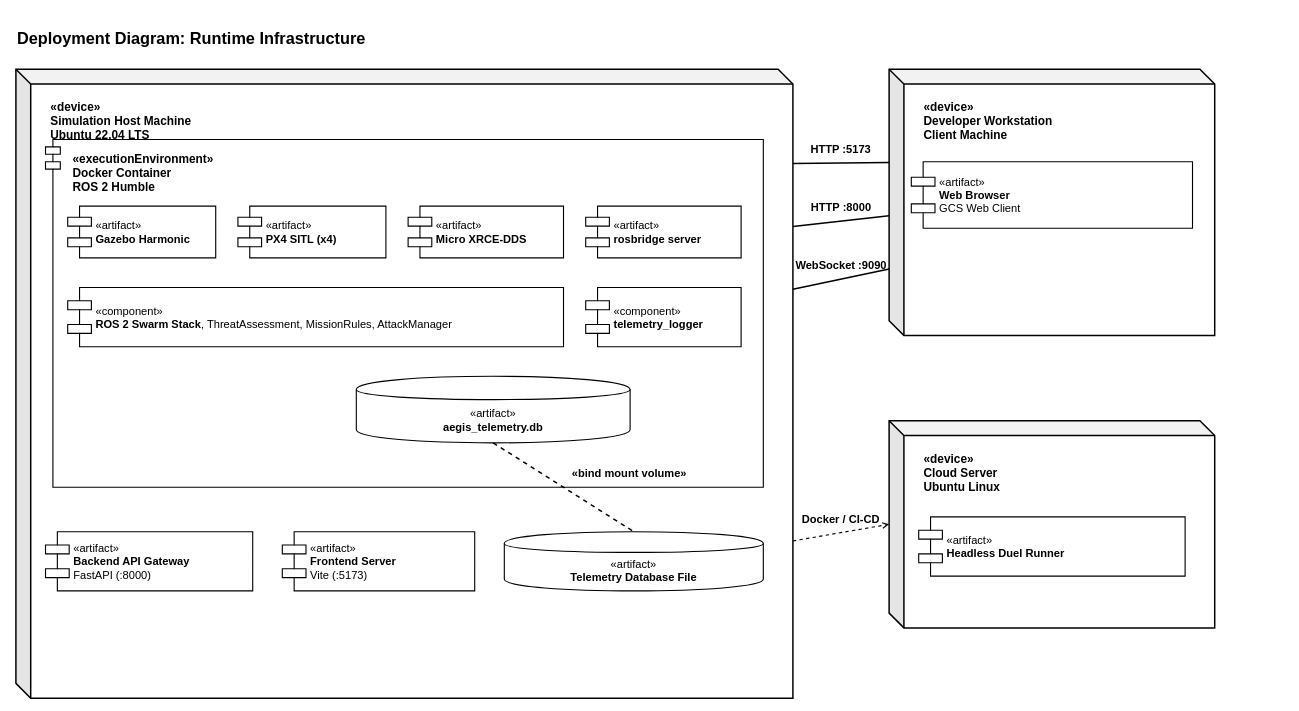
Above: 08_deployment_diagram.drawio in sjd-1214/diagrams (draw.io), before the change. Source tidied: cells renumbered, new cells numbered last; positions are measured from the earlier drawing's top-left corner, leaving out a move shared by most shapes. Both pictures are drawn from the tidied source at 74%, with x=0, y=0 at pixel (16, 24).
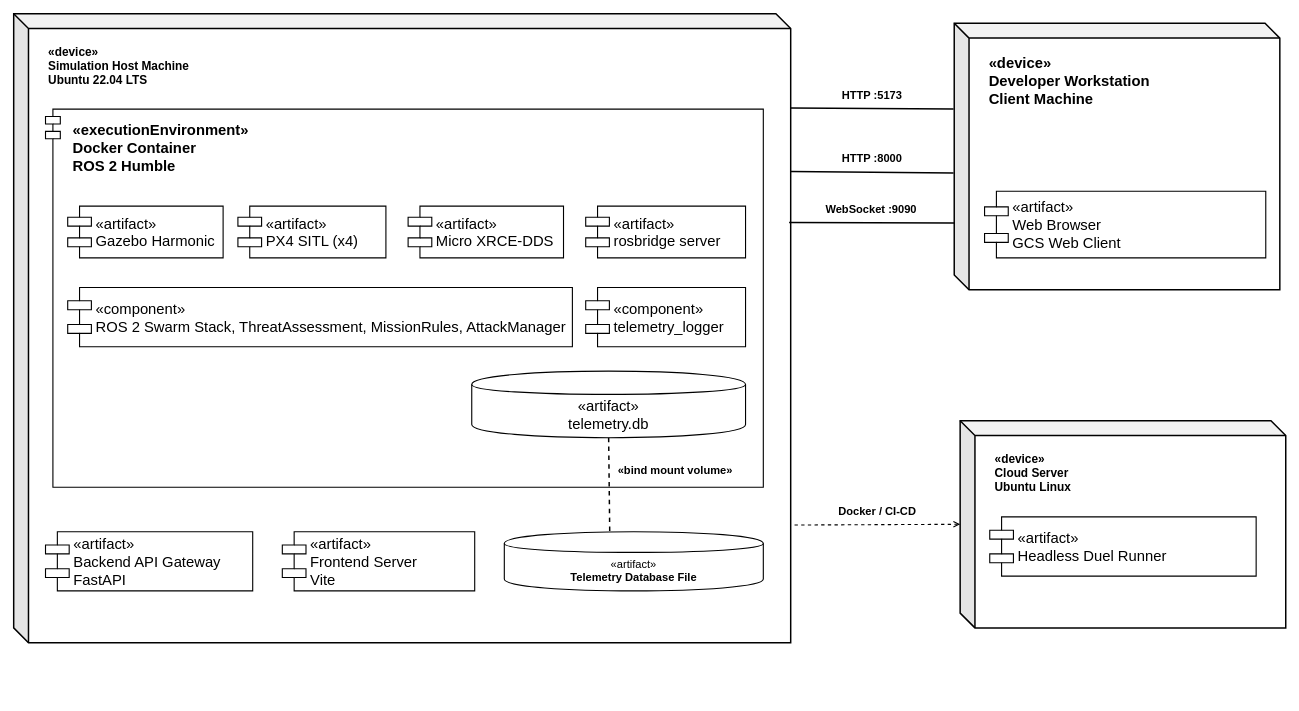
The same page after the edit.

Commit message:
refactor: update layout, dimensions, and styling of deployment diagram components

Unchanged cells that the change refers to:
```xml
<mxCell id="14" value="«artifact»&lt;br&gt;&lt;b&gt;Telemetry Database File&lt;/b&gt;" style="shape=cylinder;whiteSpace=wrap;html=1;boundedLbl=1;backgroundOutline=1;fillColor=none;strokeColor=#000000;strokeWidth=1.5;fontSize=15;fontFamily=Helvetica;fontColor=#000000;" parent="1" vertex="1">
  <mxGeometry x="660" y="685" width="350" height="80" as="geometry" />
</mxCell>
```

Change to the diagram source:
```diff
@@
-<mxGraphModel>
+<mxGraphModel background="#ffffff">
@@
-    <mxCell id="2" value="&lt;b&gt;Deployment Diagram: Runtime Infrastructure&lt;/b&gt;" style="text;html=1;fontFamily=Helvetica;fontColor=#000000;fontSize=22;fontStyle=1;fillColor=none;" parent="1" vertex="1">
-      <mxGeometry width="1400" height="35" as="geometry" />
-    </mxCell>
     <mxCell id="3" value="«device»&lt;br&gt;&lt;b&gt;Simulation Host Machine&lt;/b&gt;&lt;br&gt;Ubuntu 22.04 LTS" style="shape=cube;whiteSpace=wrap;html=1;boundedLbl=1;backgroundOutline=1;darkOpacity=0.05;darkOpacity2=0.1;size=20;fillColor=none;strokeColor=#000000;strokeWidth=2;align=left;spacingLeft=25;verticalAlign=top;spacingTop=15;fontSize=16;fontFamily=Helvetica;fontColor=#000000;fontStyle=1;" parent="1" vertex="1">
-      <mxGeometry y="60" width="1050" height="850" as="geometry" />
+      <mxGeometry x="-3" y="-15" width="1050" height="850" as="geometry" />
     </mxCell>
-    <mxCell id="4" value="«executionEnvironment»&lt;br&gt;&lt;b&gt;Docker Container&lt;/b&gt;&lt;br&gt;ROS 2 Humble" style="shape=module;align=left;spacingLeft=35;html=1;whiteSpace=wrap;fillColor=none;strokeColor=#000000;strokeWidth=1.5;verticalAlign=top;spacingTop=10;fontSize=16;fontFamily=Helvetica;fontColor=#000000;fontStyle=1;" parent="1" vertex="1">
-      <mxGeometry x="40" y="155" width="970" height="470" as="geometry" />
+    <mxCell id="4" value="&lt;font style=&quot;font-size: 20px;&quot;&gt;«executionEnvironment»&lt;br&gt;&lt;b&gt;Docker Container&lt;/b&gt;&lt;br&gt;ROS 2 Humble&lt;/font&gt;" style="shape=module;align=left;spacingLeft=35;html=1;whiteSpace=wrap;fillColor=none;strokeColor=#000000;strokeWidth=1.5;verticalAlign=top;spacingTop=10;fontSize=16;fontFamily=Helvetica;fontColor=#000000;fontStyle=1;" parent="1" vertex="1">
+      <mxGeometry x="40" y="114" width="970" height="511" as="geometry" />
     </mxCell>
-    <mxCell id="5" value="«artifact»&lt;br&gt;&lt;b&gt;Gazebo Harmonic&lt;/b&gt;" style="shape=component;align=left;spacingLeft=36;html=1;fillColor=none;strokeColor=#000000;strokeWidth=1.5;fontSize=15;fontFamily=Helvetica;fontColor=#000000;" parent="1" vertex="1">
-      <mxGeometry x="70" y="245" width="200" height="70" as="geometry" />
+    <mxCell id="5" value="&lt;font style=&quot;font-size: 20px;&quot;&gt;«artifact»&lt;br&gt;Gazebo Harmonic&lt;/font&gt;" style="shape=component;align=left;spacingLeft=36;html=1;fillColor=none;strokeColor=#000000;strokeWidth=1.5;fontSize=15;fontFamily=Helvetica;fontColor=#000000;" parent="1" vertex="1">
+      <mxGeometry x="70" y="245" width="210" height="70" as="geometry" />
     </mxCell>
-    <mxCell id="6" value="«artifact»&lt;br&gt;&lt;b&gt;PX4 SITL (x4)&lt;/b&gt;" style="shape=component;align=left;spacingLeft=36;html=1;fillColor=none;strokeColor=#000000;strokeWidth=1.5;fontSize=15;fontFamily=Helvetica;fontColor=#000000;" parent="1" vertex="1">
+    <mxCell id="6" value="&lt;font style=&quot;font-size: 20px;&quot;&gt;«artifact»&lt;br&gt;PX4 SITL (x4)&lt;/font&gt;" style="shape=component;align=left;spacingLeft=36;html=1;fillColor=none;strokeColor=#000000;strokeWidth=1.5;fontSize=15;fontFamily=Helvetica;fontColor=#000000;" parent="1" vertex="1">
       <mxGeometry x="300" y="245" width="200" height="70" as="geometry" />
     </mxCell>
-    <mxCell id="7" value="«artifact»&lt;br&gt;&lt;b&gt;Micro XRCE-DDS&lt;/b&gt;" style="shape=component;align=left;spacingLeft=36;html=1;fillColor=none;strokeColor=#000000;strokeWidth=1.5;fontSize=15;fontFamily=Helvetica;fontColor=#000000;" parent="1" vertex="1">
+    <mxCell id="7" value="&lt;font style=&quot;font-size: 20px;&quot;&gt;«artifact»&lt;br&gt;Micro XRCE-DDS&lt;/font&gt;" style="shape=component;align=left;spacingLeft=36;html=1;fillColor=none;strokeColor=#000000;strokeWidth=1.5;fontSize=15;fontFamily=Helvetica;fontColor=#000000;" parent="1" vertex="1">
       <mxGeometry x="530" y="245" width="210" height="70" as="geometry" />
     </mxCell>
-    <mxCell id="8" value="«artifact»&lt;br&gt;&lt;b&gt;rosbridge server&lt;/b&gt;" style="shape=component;align=left;spacingLeft=36;html=1;fillColor=none;strokeColor=#000000;strokeWidth=1.5;fontSize=15;fontFamily=Helvetica;fontColor=#000000;" parent="1" vertex="1">
-      <mxGeometry x="770" y="245" width="210" height="70" as="geometry" />
+    <mxCell id="8" value="&lt;font style=&quot;font-size: 20px;&quot;&gt;«artifact»&lt;br&gt;rosbridge server&lt;/font&gt;" style="shape=component;align=left;spacingLeft=36;html=1;fillColor=none;strokeColor=#000000;strokeWidth=1.5;fontSize=15;fontFamily=Helvetica;fontColor=#000000;" parent="1" vertex="1">
+      <mxGeometry x="770" y="245" width="216" height="70" as="geometry" />
     </mxCell>
-    <mxCell id="9" value="«component»&lt;br&gt;&lt;b&gt;ROS 2 Swarm Stack&lt;/b&gt;, ThreatAssessment, MissionRules, AttackManager" style="shape=component;align=left;spacingLeft=36;html=1;fillColor=none;strokeColor=#000000;strokeWidth=1.5;fontSize=15;fontFamily=Helvetica;fontColor=#000000;" parent="1" vertex="1">
-      <mxGeometry x="70" y="355" width="670" height="80" as="geometry" />
+    <mxCell id="9" value="&lt;font style=&quot;font-size: 20px;&quot;&gt;«component»&lt;br&gt;ROS 2 Swarm Stack, ThreatAssessment, MissionRules, AttackManager&lt;/font&gt;" style="shape=component;align=left;spacingLeft=36;html=1;fillColor=none;strokeColor=#000000;strokeWidth=1.5;fontSize=15;fontFamily=Helvetica;fontColor=#000000;" parent="1" vertex="1">
+      <mxGeometry x="70" y="355" width="682" height="80" as="geometry" />
     </mxCell>
-    <mxCell id="10" value="«component»&lt;br&gt;&lt;b&gt;telemetry_logger&lt;/b&gt;" style="shape=component;align=left;spacingLeft=36;html=1;fillColor=none;strokeColor=#000000;strokeWidth=1.5;fontSize=15;fontFamily=Helvetica;fontColor=#000000;" parent="1" vertex="1">
-      <mxGeometry x="770" y="355" width="210" height="80" as="geometry" />
+    <mxCell id="10" value="&lt;font style=&quot;font-size: 20px;&quot;&gt;«component»&lt;br&gt;telemetry_logger&lt;/font&gt;" style="shape=component;align=left;spacingLeft=36;html=1;fillColor=none;strokeColor=#000000;strokeWidth=1.5;fontSize=15;fontFamily=Helvetica;fontColor=#000000;" parent="1" vertex="1">
+      <mxGeometry x="770" y="355" width="216" height="80" as="geometry" />
     </mxCell>
-    <mxCell id="11" value="«artifact»&lt;br&gt;&lt;b&gt;aegis_telemetry.db&lt;/b&gt;" style="shape=cylinder;whiteSpace=wrap;html=1;boundedLbl=1;backgroundOutline=1;fillColor=none;strokeColor=#000000;strokeWidth=1.5;fontSize=15;fontFamily=Helvetica;fontColor=#000000;" parent="1" vertex="1">
-      <mxGeometry x="460" y="475" width="370" height="90" as="geometry" />
+    <mxCell id="11" value="&lt;font style=&quot;font-size: 20px;&quot;&gt;«artifact»&lt;br&gt;telemetry.db&lt;/font&gt;" style="shape=cylinder;whiteSpace=wrap;html=1;boundedLbl=1;backgroundOutline=1;fillColor=none;strokeColor=#000000;strokeWidth=1.5;fontSize=15;fontFamily=Helvetica;fontColor=#000000;" parent="1" vertex="1">
+      <mxGeometry x="616" y="468" width="370" height="90" as="geometry" />
     </mxCell>
-    <mxCell id="12" value="«artifact»&lt;br&gt;&lt;b&gt;Backend API Gateway&lt;/b&gt;&lt;br&gt;FastAPI (:8000)" style="shape=component;align=left;spacingLeft=36;html=1;fillColor=none;strokeColor=#000000;strokeWidth=1.5;fontSize=15;fontFamily=Helvetica;fontColor=#000000;" parent="1" vertex="1">
+    <mxCell id="12" value="&lt;font style=&quot;font-size: 20px;&quot;&gt;«artifact»&lt;br&gt;Backend API Gateway&lt;br&gt;FastAPI&lt;/font&gt;" style="shape=component;align=left;spacingLeft=36;html=1;fillColor=none;strokeColor=#000000;strokeWidth=1.5;fontSize=15;fontFamily=Helvetica;fontColor=#000000;" parent="1" vertex="1">
       <mxGeometry x="40" y="685" width="280" height="80" as="geometry" />
     </mxCell>
-    <mxCell id="13" value="«artifact»&lt;br&gt;&lt;b&gt;Frontend Server&lt;/b&gt;&lt;br&gt;Vite (:5173)" style="shape=component;align=left;spacingLeft=36;html=1;fillColor=none;strokeColor=#000000;strokeWidth=1.5;fontSize=15;fontFamily=Helvetica;fontColor=#000000;" parent="1" vertex="1">
+    <mxCell id="13" value="&lt;font style=&quot;font-size: 20px;&quot;&gt;«artifact»&lt;br&gt;Frontend Server&lt;br&gt;Vite&lt;/font&gt;" style="shape=component;align=left;spacingLeft=36;html=1;fillColor=none;strokeColor=#000000;strokeWidth=1.5;fontSize=15;fontFamily=Helvetica;fontColor=#000000;" parent="1" vertex="1">
       <mxGeometry x="360" y="685" width="260" height="80" as="geometry" />
     </mxCell>
@@
-    <mxCell id="15" value="«bind mount volume»" style="dashed=1;endArrow=none;strokeColor=#000000;strokeWidth=2;fontSize=15;fontFamily=Helvetica;fontColor=#000000;exitX=0.5;exitY=1;entryX=0.5;entryY=0;labelBackgroundColor=none;align=left;labelPosition=right;spacingLeft=10;verticalAlign=bottom;fontStyle=1;spacingBottom=8;spacingRight=10;" parent="1" edge="1" source="11" target="14">
+    <mxCell id="15" value="«bind mount volume»" style="dashed=1;endArrow=none;strokeColor=#000000;strokeWidth=2;fontSize=15;fontFamily=Helvetica;fontColor=#000000;exitX=0.5;exitY=1;entryX=0.407;entryY=-0.002;labelBackgroundColor=none;align=left;labelPosition=right;spacingLeft=10;verticalAlign=bottom;fontStyle=1;spacingBottom=8;spacingRight=10;entryDx=0;entryDy=0;entryPerimeter=0;" parent="1" edge="1" source="11" target="14">
       <mxGeometry relative="1" as="geometry" />
     </mxCell>
-    <mxCell id="16" value="«device»&lt;br&gt;&lt;b&gt;Developer Workstation&lt;/b&gt;&lt;br&gt;Client Machine" style="shape=cube;whiteSpace=wrap;html=1;boundedLbl=1;backgroundOutline=1;darkOpacity=0.05;darkOpacity2=0.1;size=20;fillColor=none;strokeColor=#000000;strokeWidth=2;align=left;spacingLeft=25;verticalAlign=top;spacingTop=15;fontSize=16;fontFamily=Helvetica;fontColor=#000000;fontStyle=1;" parent="1" vertex="1">
-      <mxGeometry x="1180" y="60" width="440" height="360" as="geometry" />
+    <mxCell id="16" value="&lt;font style=&quot;font-size: 20px;&quot;&gt;«device»&lt;br&gt;&lt;b style=&quot;&quot;&gt;Developer Workstation&lt;/b&gt;&lt;br&gt;Client Machine&lt;/font&gt;" style="shape=cube;whiteSpace=wrap;html=1;boundedLbl=1;backgroundOutline=1;darkOpacity=0.05;darkOpacity2=0.1;size=20;fillColor=none;strokeColor=#000000;strokeWidth=2;align=left;spacingLeft=25;verticalAlign=top;spacingTop=15;fontSize=16;fontFamily=Helvetica;fontColor=#000000;fontStyle=1;" parent="1" vertex="1">
+      <mxGeometry x="1268" y="-2" width="440" height="360" as="geometry" />
     </mxCell>
-    <mxCell id="17" value="«artifact»&lt;br&gt;&lt;b&gt;Web Browser&lt;/b&gt;&lt;br&gt;GCS Web Client" style="shape=component;align=left;spacingLeft=36;html=1;fillColor=none;strokeColor=#000000;strokeWidth=1.5;fontSize=15;fontFamily=Helvetica;fontColor=#000000;" parent="1" vertex="1">
-      <mxGeometry x="1210" y="185" width="380" height="90" as="geometry" />
+    <mxCell id="17" value="&lt;font style=&quot;font-size: 20px;&quot;&gt;«artifact»&lt;br&gt;Web Browser&lt;br&gt;GCS Web Client&lt;/font&gt;" style="shape=component;align=left;spacingLeft=36;html=1;fillColor=none;strokeColor=#000000;strokeWidth=1.5;fontSize=15;fontFamily=Helvetica;fontColor=#000000;" parent="1" vertex="1">
+      <mxGeometry x="1309" y="225" width="380" height="90" as="geometry" />
     </mxCell>
-    <mxCell id="18" value="HTTP :5173" style="endArrow=none;strokeColor=#000000;strokeWidth=2;fontSize=15;fontFamily=Helvetica;fontColor=#000000;exitX=0;exitY=0.35;entryX=1;entryY=0.15;labelBackgroundColor=none;verticalAlign=bottom;spacingBottom=8;spacingLeft=10;spacingRight=10;fontStyle=1;" parent="1" edge="1" source="16" target="3">
+    <mxCell id="18" value="HTTP :5173" style="endArrow=none;strokeColor=#000000;strokeWidth=2;fontSize=15;fontFamily=Helvetica;fontColor=#000000;exitX=-0.002;exitY=0.322;entryX=1;entryY=0.15;labelBackgroundColor=none;verticalAlign=bottom;spacingBottom=8;spacingLeft=10;spacingRight=10;fontStyle=1;exitDx=0;exitDy=0;exitPerimeter=0;" parent="1" edge="1" source="16" target="3">
       <mxGeometry relative="1" as="geometry" />
     </mxCell>
-    <mxCell id="19" value="HTTP :8000" style="endArrow=none;strokeColor=#000000;strokeWidth=2;fontSize=15;fontFamily=Helvetica;fontColor=#000000;exitX=0;exitY=0.55;entryX=1;entryY=0.25;labelBackgroundColor=none;verticalAlign=bottom;spacingBottom=8;spacingLeft=10;spacingRight=10;fontStyle=1;" parent="1" edge="1" source="16" target="3">
+    <mxCell id="19" value="HTTP :8000" style="endArrow=none;strokeColor=#000000;strokeWidth=2;fontSize=15;fontFamily=Helvetica;fontColor=#000000;exitX=-0.002;exitY=0.562;entryX=1;entryY=0.251;labelBackgroundColor=none;verticalAlign=bottom;spacingBottom=8;spacingLeft=10;spacingRight=10;fontStyle=1;exitDx=0;exitDy=0;exitPerimeter=0;entryDx=0;entryDy=0;entryPerimeter=0;" parent="1" edge="1" source="16" target="3">
       <mxGeometry relative="1" as="geometry" />
     </mxCell>
-    <mxCell id="20" value="WebSocket :9090" style="endArrow=none;strokeColor=#000000;strokeWidth=2;fontSize=15;fontFamily=Helvetica;fontColor=#000000;exitX=0;exitY=0.75;entryX=1;entryY=0.35;labelBackgroundColor=none;verticalAlign=bottom;spacingBottom=8;spacingLeft=10;spacingRight=10;fontStyle=1;" parent="1" edge="1" source="16" target="3">
+    <mxCell id="20" value="WebSocket :9090" style="endArrow=none;strokeColor=#000000;strokeWidth=2;fontSize=15;fontFamily=Helvetica;fontColor=#000000;exitX=0;exitY=0.75;entryX=0.998;entryY=0.332;labelBackgroundColor=none;verticalAlign=bottom;spacingBottom=8;spacingLeft=10;spacingRight=10;fontStyle=1;entryDx=0;entryDy=0;entryPerimeter=0;" parent="1" edge="1" source="16" target="3">
       <mxGeometry relative="1" as="geometry" />
     </mxCell>
     <mxCell id="21" value="«device»&lt;br&gt;&lt;b&gt;Cloud Server&lt;/b&gt;&lt;br&gt;Ubuntu Linux" style="shape=cube;whiteSpace=wrap;html=1;boundedLbl=1;backgroundOutline=1;darkOpacity=0.05;darkOpacity2=0.1;size=20;fillColor=none;strokeColor=#000000;strokeWidth=2;align=left;spacingLeft=25;verticalAlign=top;spacingTop=15;fontSize=16;fontFamily=Helvetica;fontColor=#000000;fontStyle=1;" parent="1" vertex="1">
-      <mxGeometry x="1180" y="535" width="440" height="280" as="geometry" />
+      <mxGeometry x="1276" y="535" width="440" height="280" as="geometry" />
     </mxCell>
-    <mxCell id="22" value="«artifact»&lt;br&gt;&lt;b&gt;Headless Duel Runner&lt;/b&gt;" style="shape=component;align=left;spacingLeft=36;html=1;fillColor=none;strokeColor=#000000;strokeWidth=1.5;fontSize=15;fontFamily=Helvetica;fontColor=#000000;" parent="1" vertex="1">
-      <mxGeometry x="1220" y="665" width="360" height="80" as="geometry" />
+    <mxCell id="22" value="&lt;font style=&quot;font-size: 20px;&quot;&gt;«artifact»&lt;br&gt;Headless Duel Runner&lt;/font&gt;" style="shape=component;align=left;spacingLeft=36;html=1;fillColor=none;strokeColor=#000000;strokeWidth=1.5;fontSize=15;fontFamily=Helvetica;fontColor=#000000;" parent="1" vertex="1">
+      <mxGeometry x="1316" y="665" width="360" height="80" as="geometry" />
     </mxCell>
-    <mxCell id="23" value="Docker / CI-CD" style="dashed=1;endArrow=open;strokeColor=#000000;strokeWidth=1.5;fontSize=15;fontFamily=Helvetica;fontColor=#000000;exitX=1;exitY=0.75;entryX=0;entryY=0.5;labelBackgroundColor=none;verticalAlign=bottom;spacingBottom=8;spacingLeft=10;spacingRight=10;fontStyle=1;" parent="1" edge="1" source="3" target="21">
-      <mxGeometry relative="1" as="geometry" />
+    <mxCell id="23" value="Docker / CI-CD" style="dashed=1;endArrow=open;strokeColor=#000000;strokeWidth=1.5;fontSize=15;fontFamily=Helvetica;fontColor=#000000;exitX=1.005;exitY=0.813;entryX=0;entryY=0.5;labelBackgroundColor=none;verticalAlign=bottom;spacingBottom=8;spacingLeft=10;spacingRight=10;fontStyle=1;exitDx=0;exitDy=0;exitPerimeter=0;" parent="1" edge="1">
+      <mxGeometry relative="1" as="geometry">
+        <mxPoint x="1052.2" y="676" as="sourcePoint" />
+        <mxPoint x="1276" y="675" as="targetPoint" />
+      </mxGeometry>
     </mxCell>
```
